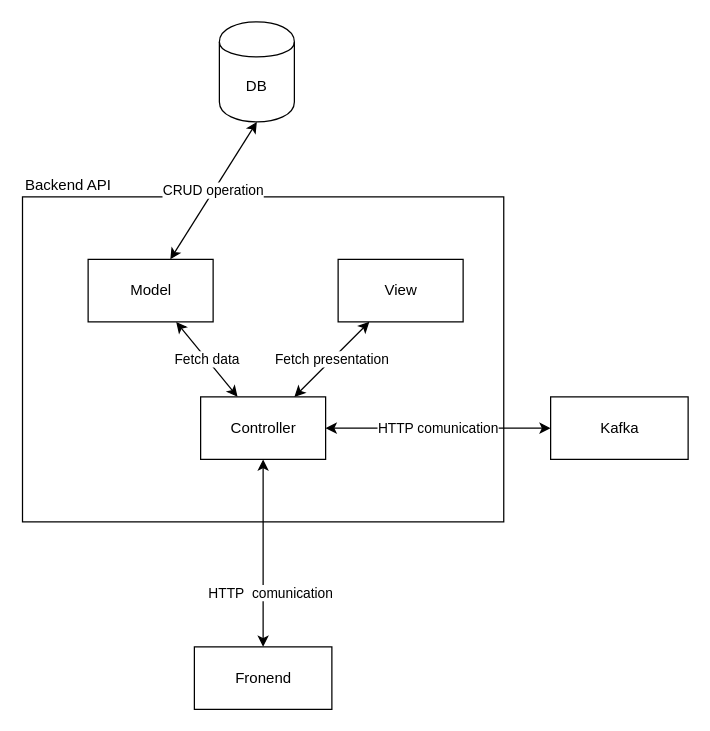
This is page "Architecture" (1 of 2) of diagrams/diagrams.drawio from flapek/DTS-AdPortal, a draw.io file, before an edit. Source tidied: cells renumbered, new cells numbered last; positions are measured from the earlier drawing's top-left corner, leaving out a move shared by most shapes. Both pictures are drawn from the tidied source at 125%, with x=0, y=0 at pixel (22, 21).
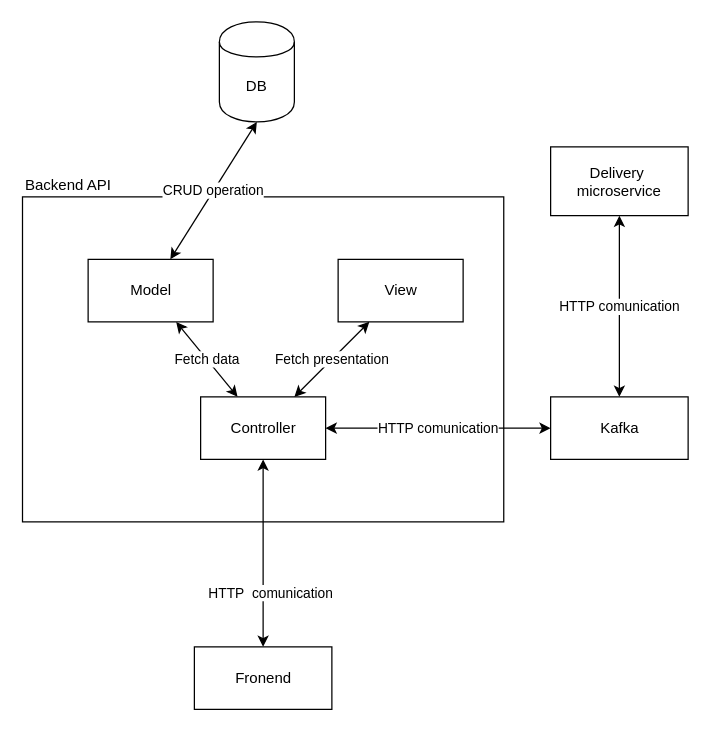
After the change.

Diff of the diagram source:
```diff
@@
 <mxGraphModel>
   <root>
     <mxCell id="0" />
     <mxCell id="1" parent="0" />
     <mxCell id="2" value="&lt;div style=&quot;&quot;&gt;&lt;span&gt;Backend API&lt;/span&gt;&lt;/div&gt;" style="html=1;align=left;labelPosition=center;verticalLabelPosition=top;verticalAlign=bottom;" parent="1" vertex="1">
       <mxGeometry x="-0.5" y="140" width="385" height="260" as="geometry" />
     </mxCell>
     <mxCell id="3" style="edgeStyle=none;html=1;startArrow=classic;startFill=1;" parent="1" edge="1" source="5" target="14">
       <mxGeometry relative="1" as="geometry" />
     </mxCell>
     <mxCell id="4" value="HTTP&amp;nbsp; comunication" style="edgeLabel;html=1;align=center;verticalAlign=middle;" parent="3" vertex="1">
       <mxGeometry x="-0.41" y="-5" relative="1" as="geometry" />
     </mxCell>
     <mxCell id="5" value="Fronend" style="html=1;" parent="1" vertex="1">
       <mxGeometry x="137" y="500" width="110" height="50" as="geometry" />
     </mxCell>
     <mxCell id="6" value="Kafka" style="html=1;" parent="1" vertex="1">
       <mxGeometry x="422" y="300" width="110" height="50" as="geometry" />
     </mxCell>
     <mxCell id="7" value="DB" style="shape=cylinder;whiteSpace=wrap;html=1;boundedLbl=1;backgroundOutline=1;" parent="1" vertex="1">
       <mxGeometry x="157" width="60" height="80" as="geometry" />
     </mxCell>
     <mxCell id="8" value="CRUD operation" style="edgeStyle=none;html=1;entryX=0.5;entryY=1;entryDx=0;entryDy=0;startArrow=classic;startFill=1;" parent="1" edge="1" source="9" target="7">
       <mxGeometry relative="1" as="geometry" />
     </mxCell>
     <mxCell id="9" value="Model" style="html=1;dashed=0;whitespace=wrap;" parent="1" vertex="1">
       <mxGeometry x="52" y="190" width="100" height="50" as="geometry" />
     </mxCell>
     <mxCell id="10" value="View" style="html=1;dashed=0;whitespace=wrap;" parent="1" vertex="1">
       <mxGeometry x="252" y="190" width="100" height="50" as="geometry" />
     </mxCell>
     <mxCell id="11" value="Fetch data" style="edgeStyle=none;html=1;startArrow=classic;startFill=1;" parent="1" edge="1" source="14" target="9">
       <mxGeometry relative="1" as="geometry" />
     </mxCell>
     <mxCell id="12" value="Fetch presentation" style="edgeStyle=none;html=1;startArrow=classic;startFill=1;" parent="1" edge="1" source="14" target="10">
       <mxGeometry relative="1" as="geometry" />
     </mxCell>
     <mxCell id="13" value="HTTP comunication" style="edgeStyle=none;html=1;entryX=0;entryY=0.5;entryDx=0;entryDy=0;startArrow=classic;startFill=1;" parent="1" edge="1" source="14" target="6">
       <mxGeometry relative="1" as="geometry" />
     </mxCell>
     <mxCell id="14" value="Controller" style="html=1;dashed=0;whitespace=wrap;" parent="1" vertex="1">
       <mxGeometry x="142" y="300" width="100" height="50" as="geometry" />
     </mxCell>
+    <mxCell id="15" value="Delivery&amp;nbsp; microservice" style="whiteSpace=wrap;html=1;" parent="1" vertex="1">
+      <mxGeometry x="422" y="100" width="110" height="55" as="geometry" />
+    </mxCell>
+    <mxCell id="16" value="HTTP comunication" style="edgeStyle=none;html=1;entryX=0.5;entryY=0;entryDx=0;entryDy=0;startArrow=classic;startFill=1;exitX=0.5;exitY=1;exitDx=0;exitDy=0;" parent="1" edge="1" source="15" target="6">
+      <mxGeometry relative="1" as="geometry" />
+    </mxCell>
   </root>
 </mxGraphModel>
```
